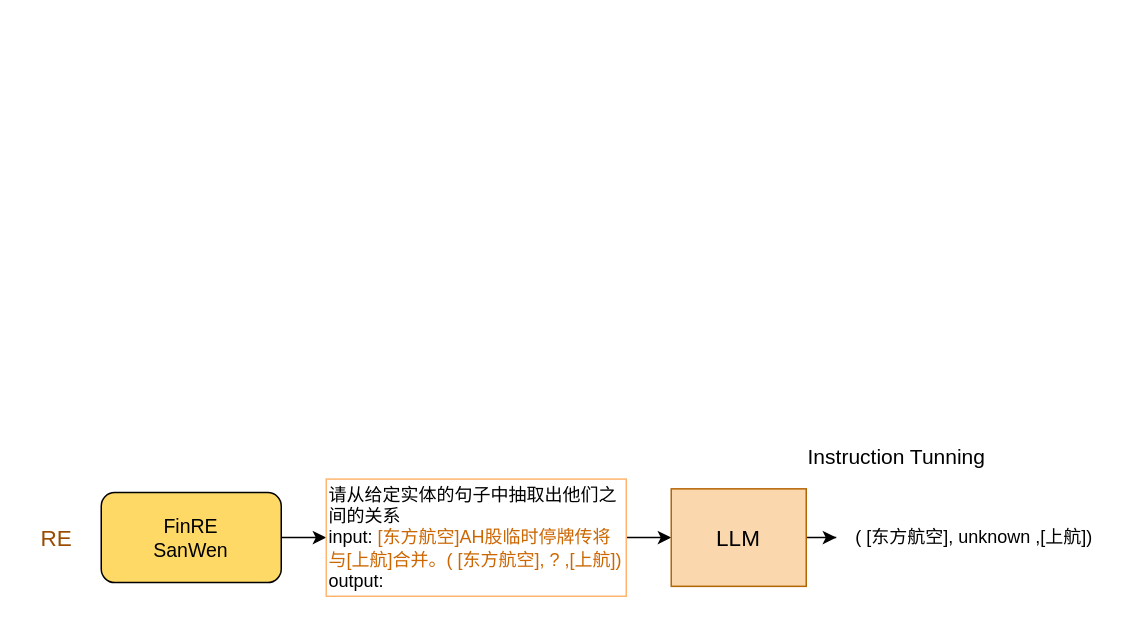
The draw.io diagram 未命名绘图.drawio in SkyuForever/CRE-LLM, before the edit. Source tidied: cells renumbered, new cells numbered last; positions are measured from the earlier drawing's top-left corner, leaving out a move shared by most shapes. Both pictures are drawn from the tidied source at 150%, with x=0, y=0 at pixel (26, 430).
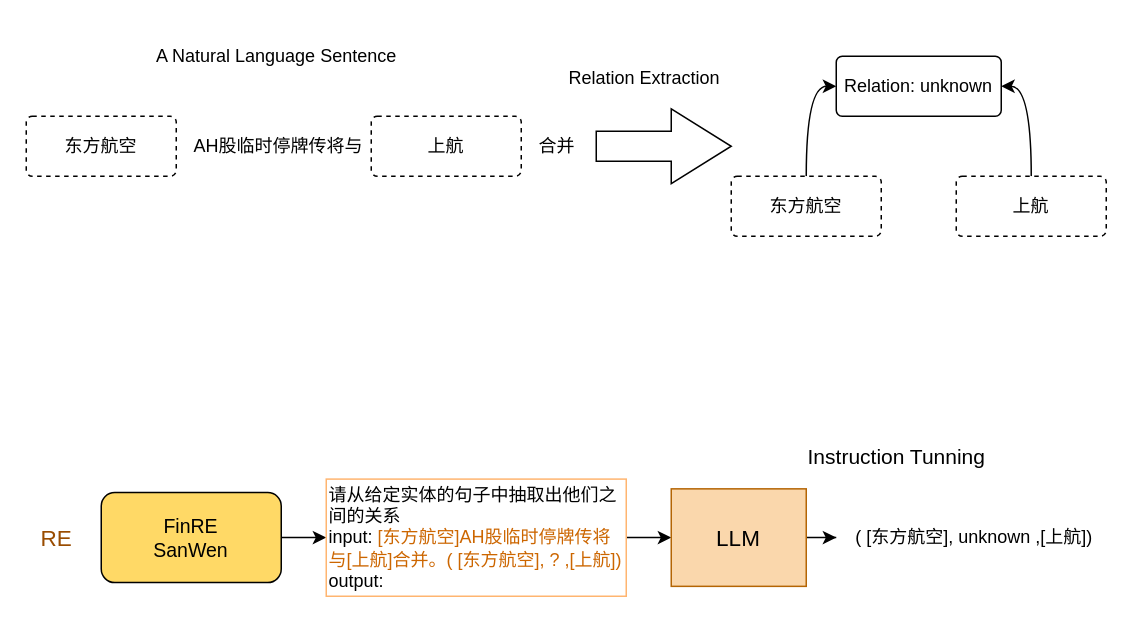
The same diagram, later.

Diff of the diagram source:
```diff
@@
-    <mxCell id="11" style="rounded=0;whiteSpace=wrap;html=1;opacity=0;" parent="1" vertex="1">
-      <mxGeometry width="720" height="120" as="geometry" />
-    </mxCell>
+    <mxCell id="12" value="AH股临时停牌传将与" style="whiteSpace=wrap;html=1;align=left;strokeColor=none;fillColor=none;" parent="1" vertex="1">
+      <mxGeometry x="110" y="-210" width="120" height="40" as="geometry" />
+    </mxCell>
+    <mxCell id="13" value="东方航空" style="rounded=1;arcSize=10;whiteSpace=wrap;html=1;align=center;dashed=1;" parent="1" vertex="1">
+      <mxGeometry y="-210" width="100" height="40" as="geometry" />
+    </mxCell>
+    <mxCell id="14" value="上航" style="rounded=1;arcSize=10;whiteSpace=wrap;html=1;align=center;dashed=1;" parent="1" vertex="1">
+      <mxGeometry x="230" y="-210" width="100" height="40" as="geometry" />
+    </mxCell>
+    <mxCell id="15" value="Relation: unknown" style="rounded=1;arcSize=10;whiteSpace=wrap;html=1;align=center;" parent="1" vertex="1">
+      <mxGeometry x="540" y="-250" width="110" height="40" as="geometry" />
+    </mxCell>
+    <mxCell id="16" value="合并" style="whiteSpace=wrap;html=1;align=left;strokeColor=none;fillColor=none;" parent="1" vertex="1">
+      <mxGeometry x="340" y="-210" width="30" height="40" as="geometry" />
+    </mxCell>
+    <mxCell id="17" value="A Natural Language Sentence" style="whiteSpace=wrap;html=1;align=left;strokeColor=none;fillColor=none;" parent="1" vertex="1">
+      <mxGeometry x="85" y="-270" width="170" height="40" as="geometry" />
+    </mxCell>
+    <mxCell id="18" style="html=1;shadow=0;dashed=0;align=center;verticalAlign=middle;shape=mxgraph.arrows2.arrow;dy=0.6;dx=40;notch=0;" parent="1" vertex="1">
+      <mxGeometry x="380" y="-215" width="90" height="50" as="geometry" />
+    </mxCell>
+    <mxCell id="19" value="Relation Extraction" style="whiteSpace=wrap;html=1;align=left;strokeColor=none;fillColor=none;" parent="1" vertex="1">
+      <mxGeometry x="360" y="-255" width="110" height="40" as="geometry" />
+    </mxCell>
+    <mxCell id="20" style="edgeStyle=orthogonalEdgeStyle;rounded=0;jettySize=auto;html=1;exitX=0.5;exitY=0;exitDx=0;exitDy=0;entryX=0;entryY=0.5;entryDx=0;entryDy=0;curved=1;" parent="1" edge="1" source="21" target="15">
+      <mxGeometry relative="1" as="geometry" />
+    </mxCell>
+    <mxCell id="21" value="东方航空" style="rounded=1;arcSize=10;whiteSpace=wrap;html=1;align=center;dashed=1;" parent="1" vertex="1">
+      <mxGeometry x="470" y="-170" width="100" height="40" as="geometry" />
+    </mxCell>
+    <mxCell id="22" style="edgeStyle=orthogonalEdgeStyle;rounded=0;jettySize=auto;html=1;exitX=0.5;exitY=0;exitDx=0;exitDy=0;entryX=1;entryY=0.5;entryDx=0;entryDy=0;curved=1;" parent="1" edge="1" source="23" target="15">
+      <mxGeometry relative="1" as="geometry" />
+    </mxCell>
+    <mxCell id="23" value="上航" style="rounded=1;arcSize=10;whiteSpace=wrap;html=1;align=center;dashed=1;" parent="1" vertex="1">
+      <mxGeometry x="620" y="-170" width="100" height="40" as="geometry" />
+    </mxCell>
```
